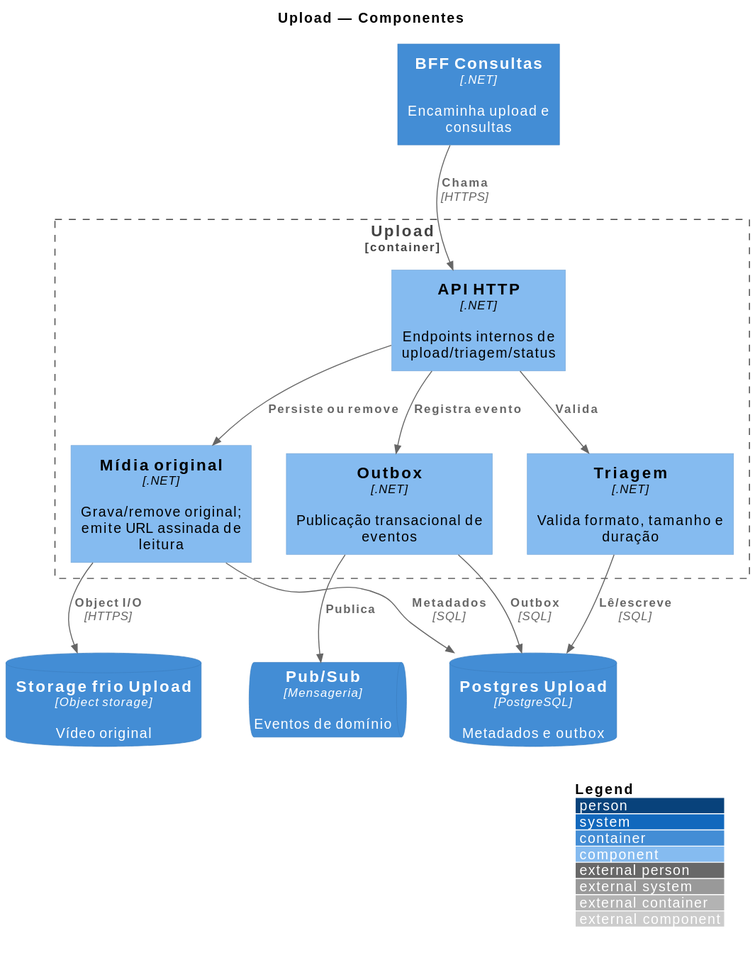
Before: arquitetura/06_componentes-upload.svg, a diagram exported from PlantUML (fiap-x-vcosta/docs). Source of this version:
```plantuml
@startuml
!include https://raw.githubusercontent.com/plantuml-stdlib/C4-PlantUML/master/C4_Component.puml

LAYOUT_WITH_LEGEND()
LAYOUT_TOP_DOWN()

title Upload — Componentes

Container(bff, "BFF Consultas", ".NET", "Encaminha upload e consultas")
ContainerQueue(pubsub, "Pub/Sub", "Mensageria", "Eventos de domínio")
ContainerDb(pgUpload, "Postgres Upload", "PostgreSQL", "Metadados e outbox")
ContainerDb(frioUp, "Storage frio Upload", "Object storage", "Vídeo original")

Container_Boundary(upload, "Upload") {
  Component(api, "API HTTP", ".NET", "Endpoints internos de upload/triagem/status")
  Component(triagem, "Triagem", ".NET", "Valida formato, tamanho e duração")
  Component(midia, "Mídia original", ".NET", "Grava/remove original; emite URL assinada de leitura")
  Component(outbox, "Outbox", ".NET", "Publicação transacional de eventos")
}

Rel(bff, api, "Chama", "HTTPS")
Rel(api, triagem, "Valida")
Rel(api, midia, "Persiste ou remove")
Rel(api, outbox, "Registra evento")
Rel(triagem, pgUpload, "Lê/escreve", "SQL")
Rel(midia, frioUp, "Object I/O", "HTTPS")
Rel(midia, pgUpload, "Metadados", "SQL")
Rel(outbox, pgUpload, "Outbox", "SQL")
Rel(outbox, pubsub, "Publica")

Lay_D(bff, api)
Lay_R(triagem, midia)
Lay_R(midia, outbox)
Lay_D(api, triagem)
Lay_D(outbox, pubsub)
Lay_D(triagem, pgUpload)
Lay_D(midia, frioUp)
Lay_R(pubsub, pgUpload)
@enduml
```
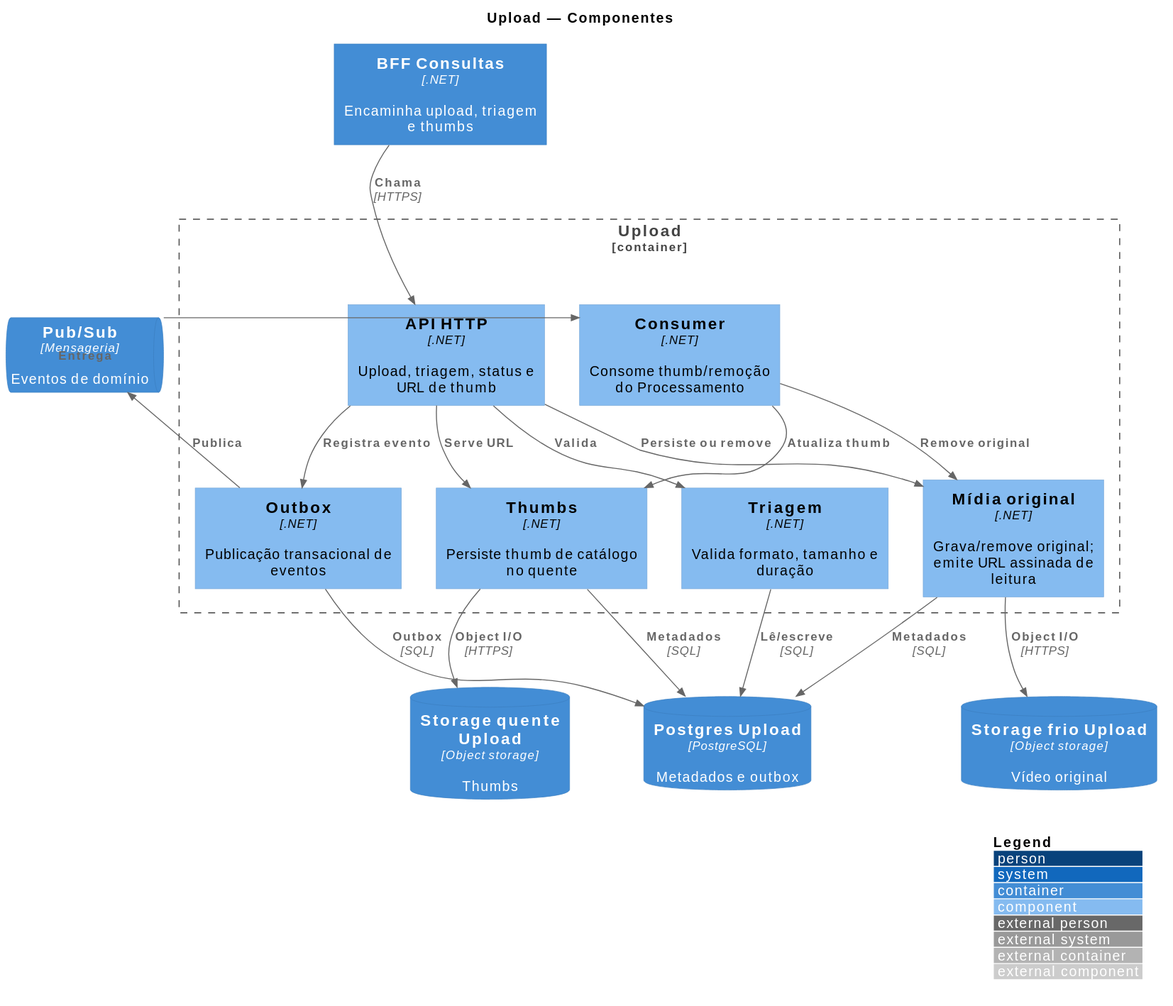
The same diagram one commit later.

Diff of the diagram source:
```diff
@@ -6,34 +6,45 @@
 
 title Upload — Componentes
 
-Container(bff, "BFF Consultas", ".NET", "Encaminha upload e consultas")
+Container(bff, "BFF Consultas", ".NET", "Encaminha upload, triagem e thumbs")
 ContainerQueue(pubsub, "Pub/Sub", "Mensageria", "Eventos de domínio")
 ContainerDb(pgUpload, "Postgres Upload", "PostgreSQL", "Metadados e outbox")
 ContainerDb(frioUp, "Storage frio Upload", "Object storage", "Vídeo original")
+ContainerDb(quente, "Storage quente Upload", "Object storage", "Thumbs")
 
 Container_Boundary(upload, "Upload") {
-  Component(api, "API HTTP", ".NET", "Endpoints internos de upload/triagem/status")
+  Component(api, "API HTTP", ".NET", "Upload, triagem, status e URL de thumb")
   Component(triagem, "Triagem", ".NET", "Valida formato, tamanho e duração")
   Component(midia, "Mídia original", ".NET", "Grava/remove original; emite URL assinada de leitura")
+  Component(thumbs, "Thumbs", ".NET", "Persiste thumb de catálogo no quente")
   Component(outbox, "Outbox", ".NET", "Publicação transacional de eventos")
+  Component(consumer, "Consumer", ".NET", "Consome thumb/remoção do Processamento")
 }
 
 Rel(bff, api, "Chama", "HTTPS")
 Rel(api, triagem, "Valida")
 Rel(api, midia, "Persiste ou remove")
+Rel(api, thumbs, "Serve URL")
 Rel(api, outbox, "Registra evento")
 Rel(triagem, pgUpload, "Lê/escreve", "SQL")
 Rel(midia, frioUp, "Object I/O", "HTTPS")
 Rel(midia, pgUpload, "Metadados", "SQL")
+Rel(thumbs, quente, "Object I/O", "HTTPS")
+Rel(thumbs, pgUpload, "Metadados", "SQL")
 Rel(outbox, pgUpload, "Outbox", "SQL")
 Rel(outbox, pubsub, "Publica")
+Rel(pubsub, consumer, "Entrega")
+Rel(consumer, thumbs, "Atualiza thumb")
+Rel(consumer, midia, "Remove original")
 
 Lay_D(bff, api)
 Lay_R(triagem, midia)
-Lay_R(midia, outbox)
+Lay_R(midia, thumbs)
+Lay_R(thumbs, outbox)
 Lay_D(api, triagem)
 Lay_D(outbox, pubsub)
 Lay_D(triagem, pgUpload)
 Lay_D(midia, frioUp)
-Lay_R(pubsub, pgUpload)
+Lay_D(thumbs, quente)
+Lay_R(pubsub, consumer)
 @enduml
```
